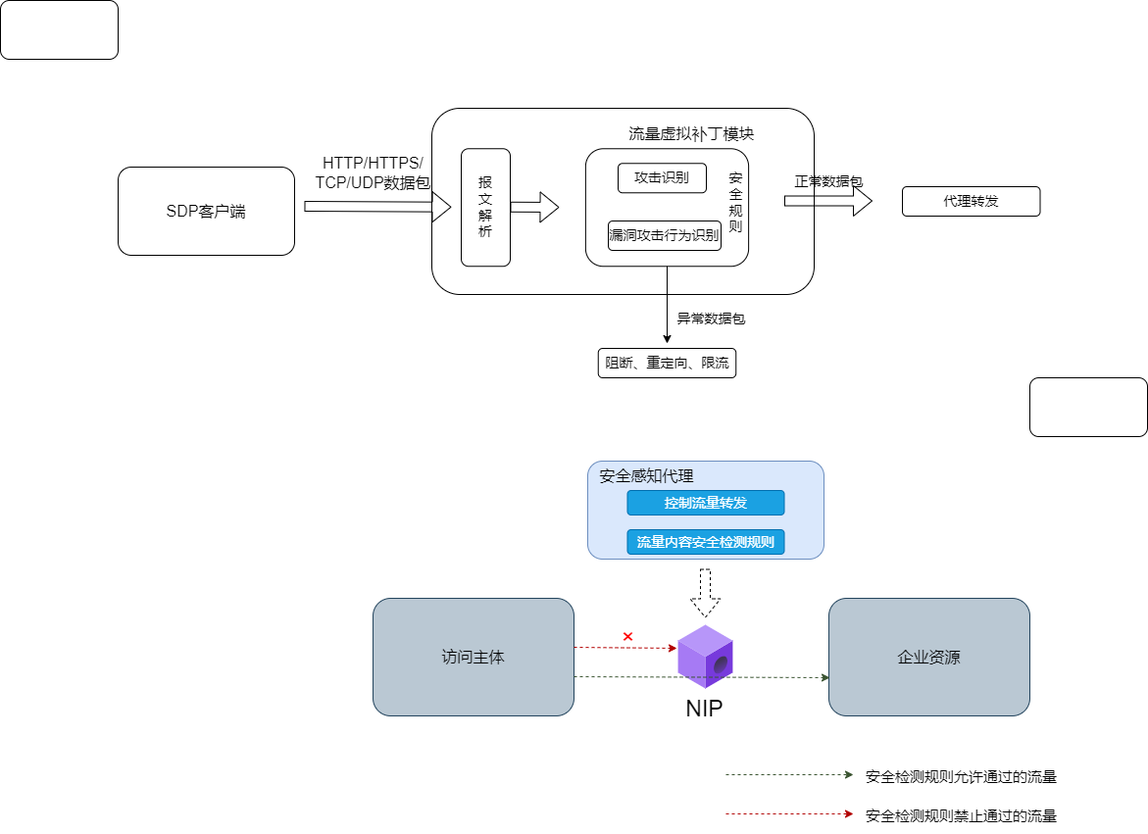
Before: testDirectory/虚拟补丁.drawio.png, a diagram exported from draw.io (Moose1273/-). Source tidied: cells renumbered, new cells last; positions are measured from the earlier drawing's top-left corner, leaving out a move shared by most shapes.
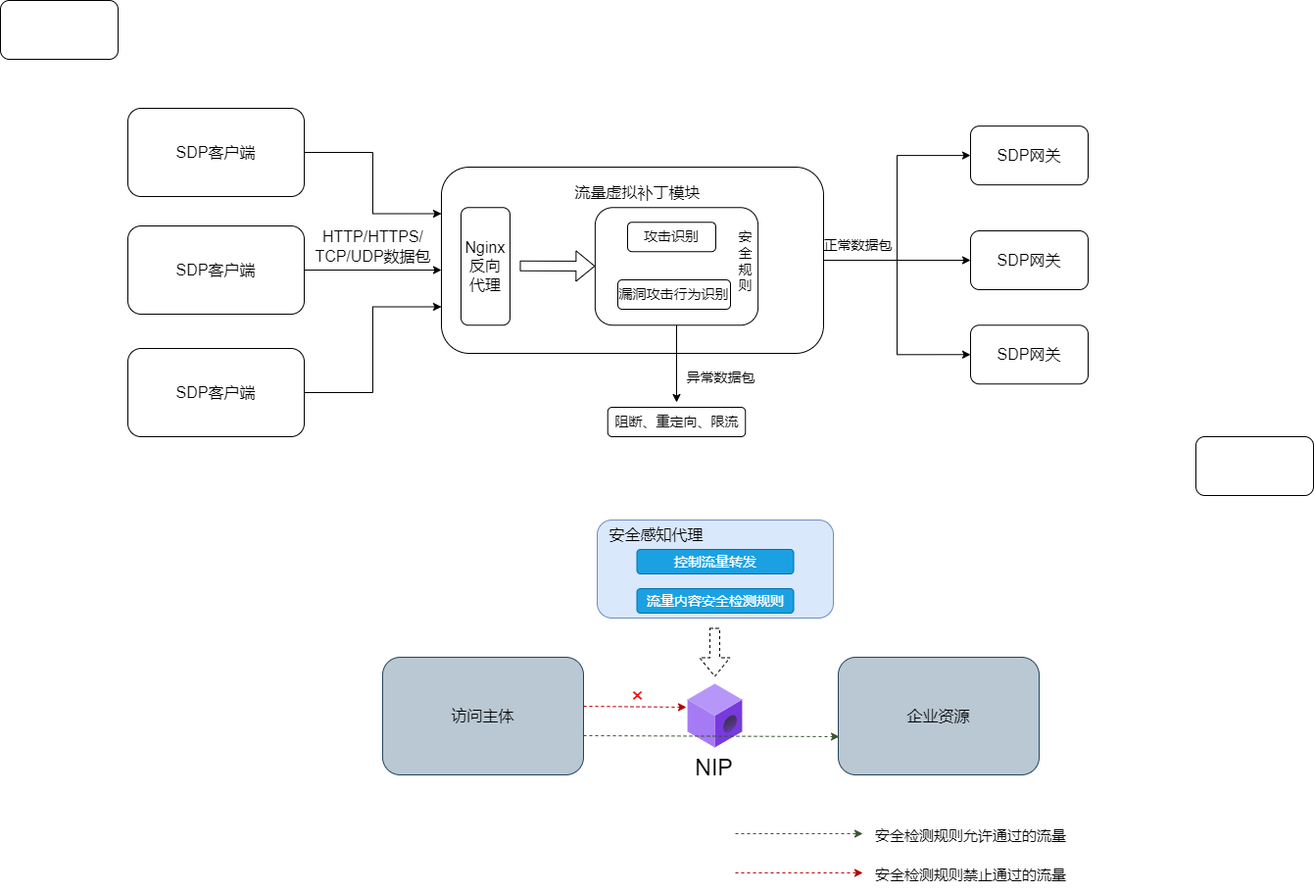
The same diagram one commit later.

Commit message:
更新虚拟补丁.drawio.png

The edit, as a diff of the source:
```diff
@@ -2,11 +2,20 @@
   <root>
     <mxCell id="0" />
     <mxCell id="1" parent="0" />
+    <mxCell id="37" style="edgeStyle=orthogonalEdgeStyle;rounded=0;jettySize=auto;html=1;exitX=1;exitY=0.5;exitDx=0;exitDy=0;fontSize=16;" parent="1" edge="1" source="2" target="36">
+      <mxGeometry relative="1" as="geometry" />
+    </mxCell>
+    <mxCell id="38" style="edgeStyle=orthogonalEdgeStyle;rounded=0;jettySize=auto;html=1;exitX=1;exitY=0.5;exitDx=0;exitDy=0;entryX=0;entryY=0.5;entryDx=0;entryDy=0;fontSize=16;" parent="1" edge="1" source="2" target="44">
+      <mxGeometry relative="1" as="geometry" />
+    </mxCell>
+    <mxCell id="39" style="edgeStyle=orthogonalEdgeStyle;rounded=0;jettySize=auto;html=1;exitX=1;exitY=0.5;exitDx=0;exitDy=0;entryX=0;entryY=0.5;entryDx=0;entryDy=0;fontSize=16;" parent="1" edge="1" source="2" target="45">
+      <mxGeometry relative="1" as="geometry" />
+    </mxCell>
     <mxCell id="2" style="rounded=1;whiteSpace=wrap;html=1;" parent="1" vertex="1">
       <mxGeometry x="440" y="110" width="390" height="190" as="geometry" />
     </mxCell>
-    <mxCell id="3" value="&lt;font style=&quot;font-size: 14px;&quot;&gt;报&lt;br&gt;文&lt;br&gt;解&lt;br&gt;析&lt;br&gt;&lt;/font&gt;" style="rounded=1;whiteSpace=wrap;html=1;rotation=0;direction=north;" parent="1" vertex="1">
-      <mxGeometry x="470" y="151.2" width="50" height="120" as="geometry" />
+    <mxCell id="3" value="&lt;font style=&quot;font-size: 16px;&quot;&gt;Nginx&lt;br&gt;反向&lt;br&gt;代理&lt;br&gt;&lt;/font&gt;" style="rounded=1;whiteSpace=wrap;html=1;rotation=0;direction=north;" parent="1" vertex="1">
+      <mxGeometry x="460" y="151.2" width="50" height="120" as="geometry" />
     </mxCell>
     <mxCell id="4" style="rounded=1;whiteSpace=wrap;html=1;rotation=90;" parent="1" vertex="1">
       <mxGeometry x="620" y="128.1" width="120" height="166.2" as="geometry" />
@@ -14,19 +23,12 @@
     <mxCell id="5" value="&lt;font style=&quot;font-size: 16px;&quot;&gt;SDP客户端&lt;/font&gt;" style="rounded=1;whiteSpace=wrap;html=1;" parent="1" vertex="1">
       <mxGeometry x="120" y="170" width="180" height="90" as="geometry" />
     </mxCell>
-    <mxCell id="6" style="shape=flexArrow;endArrow=classic;html=1;rounded=0;fontSize=16;" parent="1" edge="1">
-      <mxGeometry relative="1" as="geometry">
-        <mxPoint x="310" y="210" as="sourcePoint" />
-        <mxPoint x="460" y="210.8" as="targetPoint" />
-      </mxGeometry>
-    </mxCell>
     <mxCell id="7" value="HTTP/HTTPS/&lt;br&gt;TCP/UDP数据包" style="text;html=1;align=center;verticalAlign=middle;strokeColor=none;fillColor=none;fontSize=16;" parent="1" vertex="1">
-      <mxGeometry x="310" y="151.2" width="140" height="50" as="geometry" />
+      <mxGeometry x="300" y="166.3" width="140" height="50" as="geometry" />
     </mxCell>
-    <mxCell id="8" style="shape=flexArrow;endArrow=classic;html=1;rounded=0;fontSize=16;" parent="1" edge="1">
+    <mxCell id="8" style="shape=flexArrow;endArrow=classic;html=1;rounded=0;fontSize=16;" parent="1" edge="1" target="4">
       <mxGeometry relative="1" as="geometry">
         <mxPoint x="520" y="210.8" as="sourcePoint" />
-        <mxPoint x="570" y="211" as="targetPoint" />
       </mxGeometry>
     </mxCell>
     <mxCell id="9" value="攻击识别" style="rounded=1;whiteSpace=wrap;html=1;fontSize=14;" parent="1" vertex="1">
@@ -41,19 +43,13 @@
       </mxGeometry>
     </mxCell>
     <mxCell id="12" value="&lt;font style=&quot;font-size: 16px;&quot;&gt;流量虚拟补丁模块&lt;/font&gt;" style="text;html=1;align=center;verticalAlign=middle;strokeColor=none;fillColor=none;fontSize=14;" parent="1" vertex="1">
-      <mxGeometry x="630" y="121.2" width="150" height="30" as="geometry" />
+      <mxGeometry x="565" y="121.2" width="150" height="30" as="geometry" />
     </mxCell>
     <mxCell id="13" value="阻断、重定向、限流" style="rounded=1;whiteSpace=wrap;html=1;fontSize=14;" parent="1" vertex="1">
       <mxGeometry x="609.8" y="355" width="140.5" height="30" as="geometry" />
     </mxCell>
-    <mxCell id="14" style="shape=flexArrow;endArrow=classic;html=1;rounded=0;fontSize=14;" parent="1" edge="1">
-      <mxGeometry relative="1" as="geometry">
-        <mxPoint x="799.5" y="204.5" as="sourcePoint" />
-        <mxPoint x="889.5" y="204.5" as="targetPoint" />
-      </mxGeometry>
-    </mxCell>
     <mxCell id="15" value="正常数据包" style="text;html=1;align=center;verticalAlign=middle;strokeColor=none;fillColor=none;fontSize=14;" parent="1" vertex="1">
-      <mxGeometry x="800" y="170" width="90" height="30" as="geometry" />
+      <mxGeometry x="820" y="175" width="90" height="30" as="geometry" />
     </mxCell>
     <mxCell id="16" value="安&lt;br&gt;全&lt;br&gt;规&lt;br&gt;则" style="text;html=1;align=center;verticalAlign=middle;strokeColor=none;fillColor=none;fontSize=14;" parent="1" vertex="1">
       <mxGeometry x="730" y="166.3" width="40" height="80" as="geometry" />
@@ -123,14 +119,37 @@
     <mxCell id="33" value="异常数据包" style="text;html=1;align=center;verticalAlign=middle;strokeColor=none;fillColor=none;fontSize=14;" parent="1" vertex="1">
       <mxGeometry x="680" y="310" width="90" height="30" as="geometry" />
     </mxCell>
-    <mxCell id="34" value="代理转发" style="rounded=1;whiteSpace=wrap;html=1;fontSize=14;" parent="1" vertex="1">
-      <mxGeometry x="920" y="190" width="140.5" height="30" as="geometry" />
-    </mxCell>
     <mxCell id="35" style="rounded=1;whiteSpace=wrap;html=1;fontSize=16;" parent="1" vertex="1">
-      <mxGeometry width="120" height="60" as="geometry" />
+      <mxGeometry x="-10" y="-60" width="120" height="60" as="geometry" />
     </mxCell>
-    <mxCell id="36" style="rounded=1;whiteSpace=wrap;html=1;fontSize=16;" parent="1" vertex="1">
-      <mxGeometry x="1050" y="385" width="120" height="60" as="geometry" />
+    <mxCell id="36" value="SDP网关" style="rounded=1;whiteSpace=wrap;html=1;fontSize=16;" parent="1" vertex="1">
+      <mxGeometry x="980" y="68.1" width="120" height="60" as="geometry" />
     </mxCell>
+    <mxCell id="40" style="edgeStyle=orthogonalEdgeStyle;rounded=0;jettySize=auto;html=1;exitX=1;exitY=0.5;exitDx=0;exitDy=0;entryX=0;entryY=0.75;entryDx=0;entryDy=0;fontSize=16;" parent="1" edge="1" source="41" target="2">
+      <mxGeometry relative="1" as="geometry" />
+    </mxCell>
+    <mxCell id="41" value="&lt;font style=&quot;font-size: 16px;&quot;&gt;SDP客户端&lt;/font&gt;" style="rounded=1;whiteSpace=wrap;html=1;" parent="1" vertex="1">
+      <mxGeometry x="120" y="295" width="180" height="90" as="geometry" />
+    </mxCell>
+    <mxCell id="42" style="edgeStyle=orthogonalEdgeStyle;rounded=0;jettySize=auto;html=1;exitX=1;exitY=0.5;exitDx=0;exitDy=0;fontSize=16;entryX=0;entryY=0.25;entryDx=0;entryDy=0;" parent="1" edge="1" source="43" target="2">
+      <mxGeometry relative="1" as="geometry" />
+    </mxCell>
+    <mxCell id="43" value="&lt;font style=&quot;font-size: 16px;&quot;&gt;SDP客户端&lt;/font&gt;" style="rounded=1;whiteSpace=wrap;html=1;" parent="1" vertex="1">
+      <mxGeometry x="120" y="50" width="180" height="90" as="geometry" />
+    </mxCell>
+    <mxCell id="44" value="SDP网关" style="rounded=1;whiteSpace=wrap;html=1;fontSize=16;" parent="1" vertex="1">
+      <mxGeometry x="980" y="175" width="120" height="60" as="geometry" />
+    </mxCell>
+    <mxCell id="45" value="SDP网关" style="rounded=1;whiteSpace=wrap;html=1;fontSize=16;" parent="1" vertex="1">
+      <mxGeometry x="980" y="271.2" width="120" height="60" as="geometry" />
+    </mxCell>
+    <mxCell id="46" style="rounded=1;whiteSpace=wrap;html=1;fontSize=16;" parent="1" vertex="1">
+      <mxGeometry x="1210" y="385" width="120" height="60" as="geometry" />
+    </mxCell>
+    <mxCell id="47" style="endArrow=classic;html=1;rounded=0;fontSize=16;exitX=1;exitY=0.5;exitDx=0;exitDy=0;" parent="1" edge="1" source="5">
+      <mxGeometry relative="1" as="geometry">
+        <mxPoint x="440" y="215" as="targetPoint" />
+      </mxGeometry>
+    </mxCell>
   </root>
 </mxGraphModel>
```
